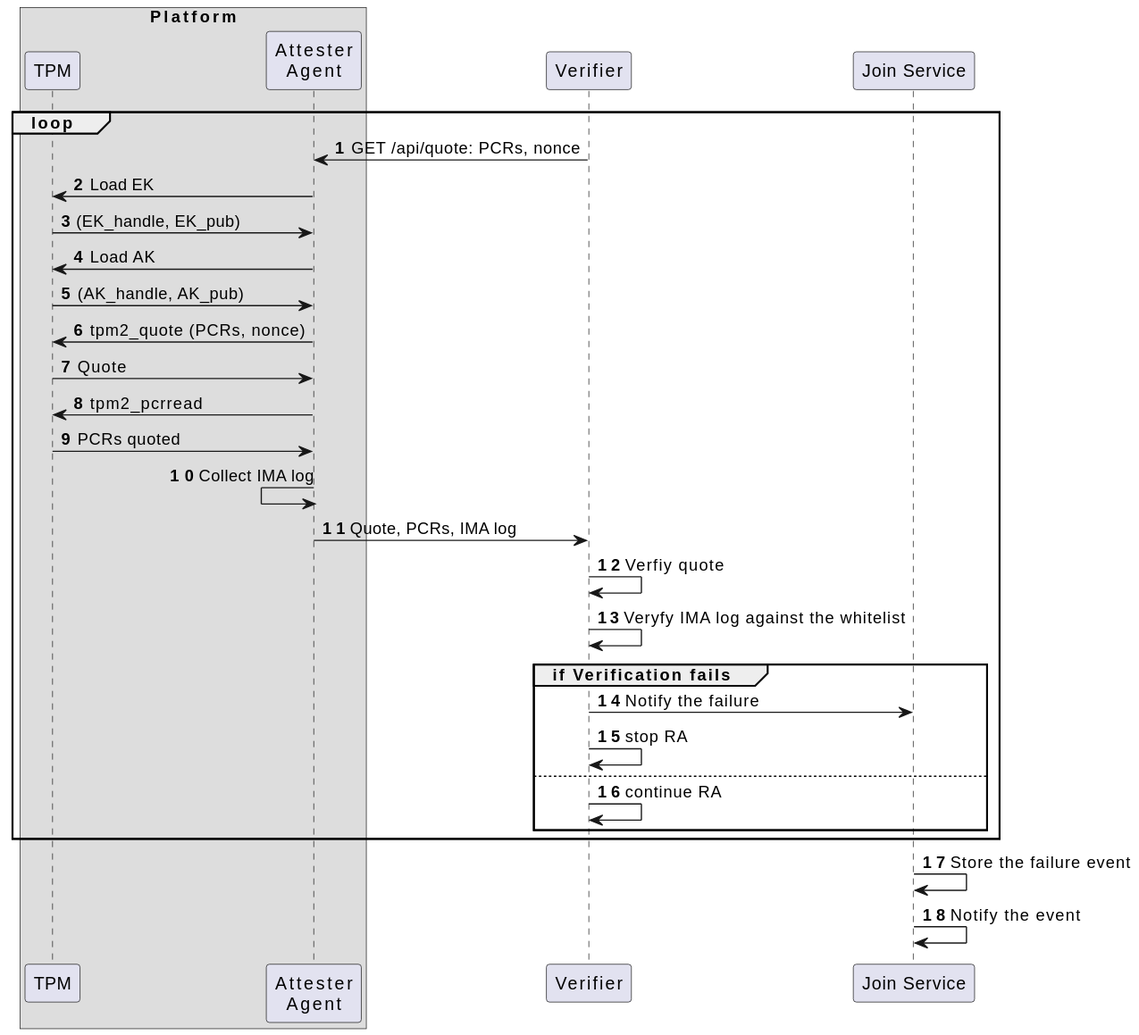
This is docs/protocols/remote_attestation.svg from Cybersecurity-LINKS/embrave, a PlantUML export, as it was before one commit.
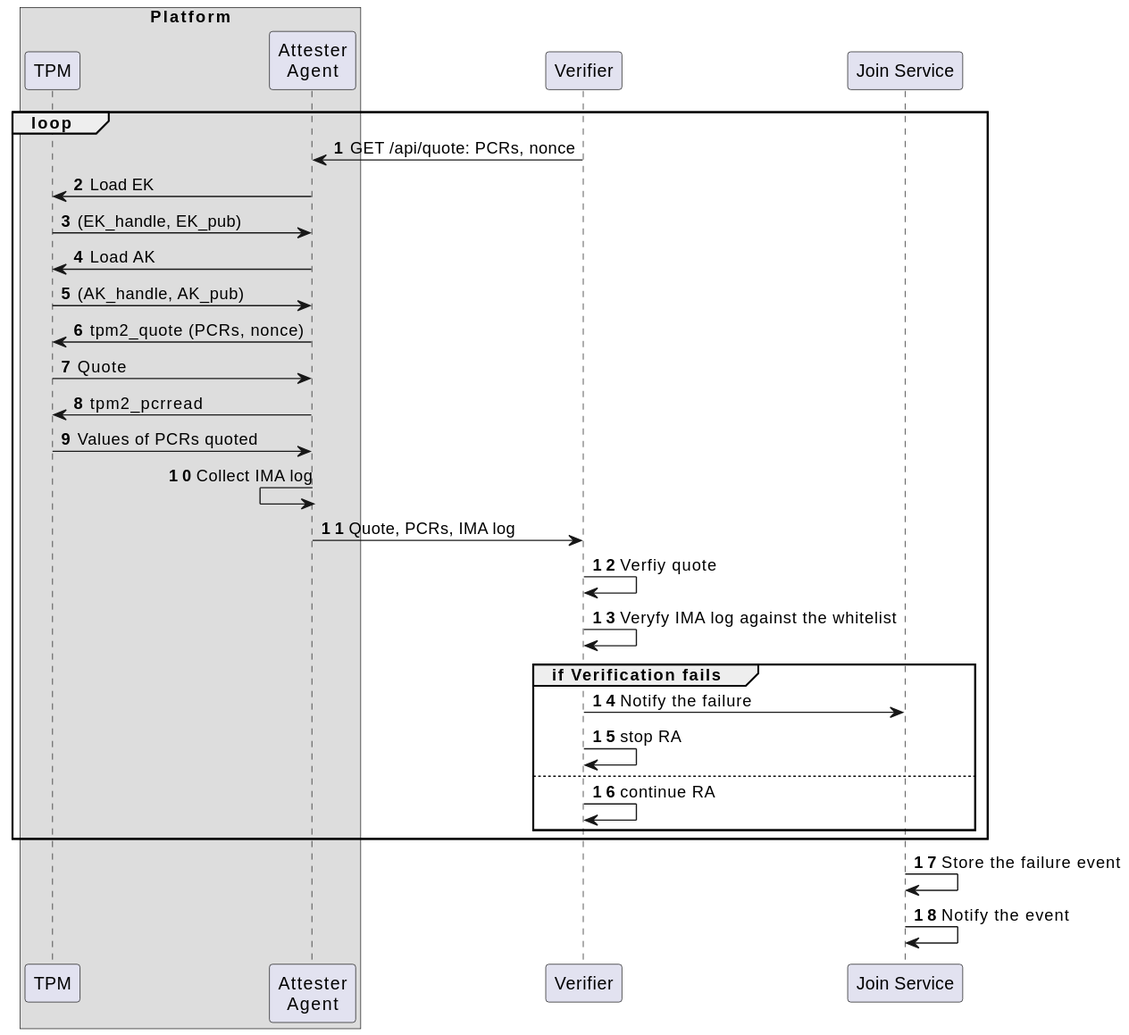
The same file after the commit.

Commit message:
docs: modifed ra procedure diagram

Diff of the diagram source:
```diff
@@ -18,7 +18,7 @@
 attester_agent->TPM: tpm2_quote (PCRs, nonce)
 TPM->attester_agent: Quote
 attester_agent->TPM: tpm2_pcrread
-TPM->attester_agent: PCRs quoted
+TPM->attester_agent: Values of PCRs quoted
 attester_agent<-attester_agent: Collect IMA log
 attester_agent->verifier: Quote, PCRs, IMA log
 verifier->verifier: Verfiy quote
```
